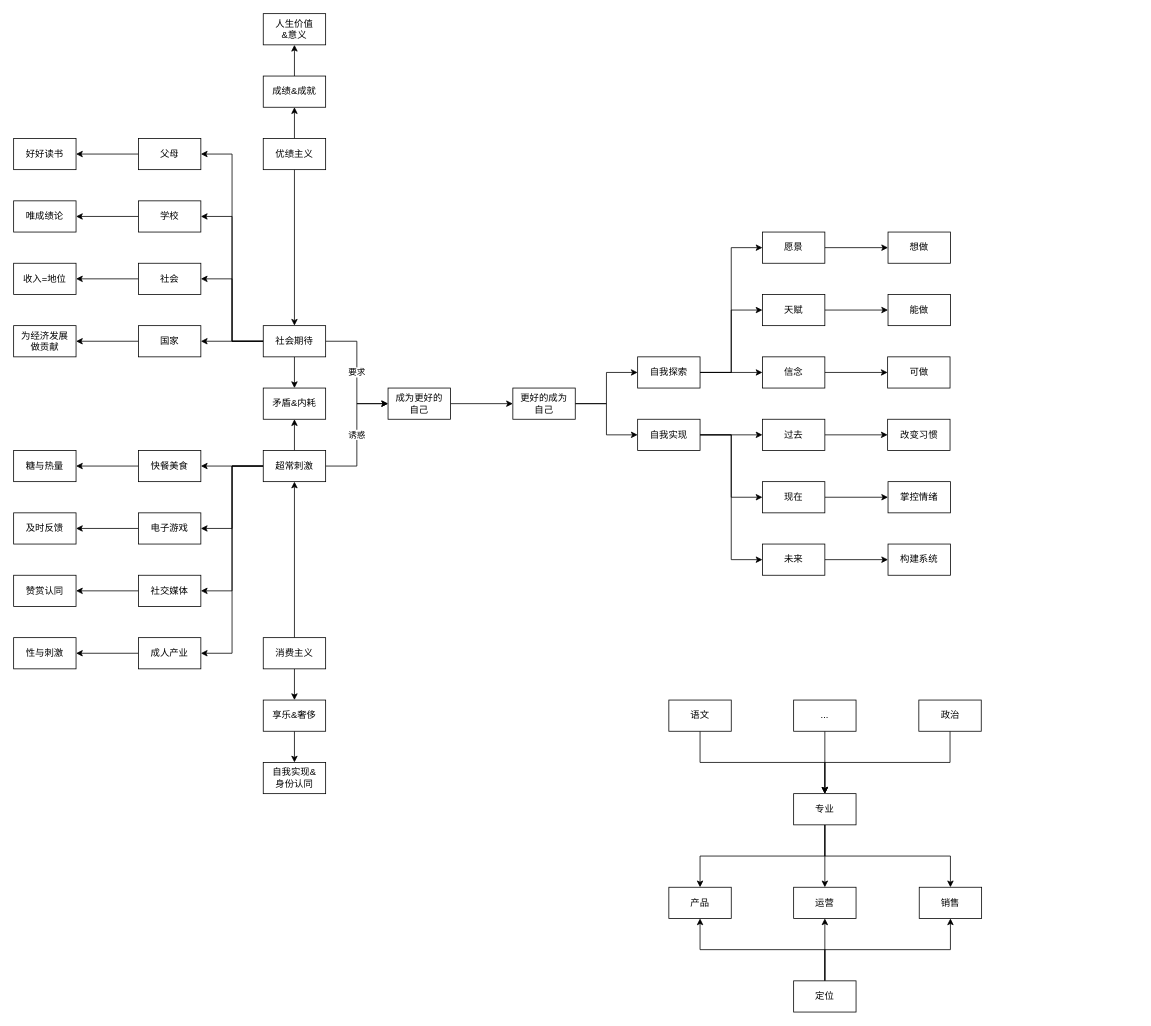
This is 人生系统.drawio from youyusan/life_system, a draw.io file, before an edit. Source tidied: cells renumbered, new cells numbered last; positions are measured from the earlier drawing's top-left corner, leaving out a move shared by most shapes. Both pictures are drawn from the tidied source at 78%, with x=0, y=0 at pixel (13, 13).
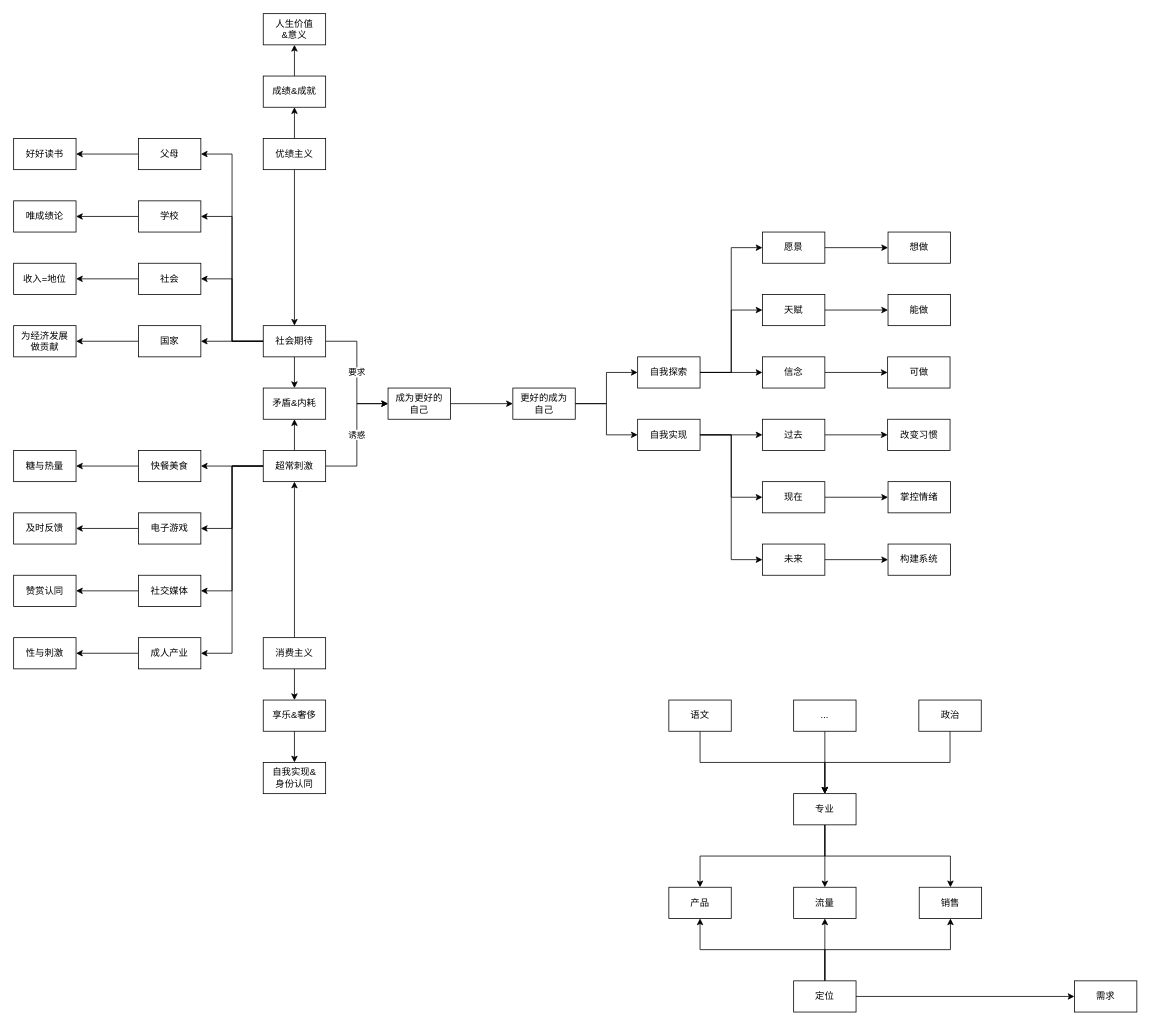
Above is the later version.

Commit message:
更新人生系统.drawio

Unchanged cells that the change refers to:
```xml
<mxCell id="94" value="定位" style="rounded=0;whiteSpace=wrap;html=1;" parent="1" vertex="1">
  <mxGeometry x="1000" y="1240" width="80" height="40" as="geometry" />
</mxCell>
```

What changed in the source:
```diff
@@
+    <mxCell id="101" style="edgeStyle=orthogonalEdgeStyle;rounded=0;jettySize=auto;html=1;" parent="1" edge="1" source="94" target="102">
+      <mxGeometry relative="1" as="geometry" />
+    </mxCell>
@@
-    <mxCell id="95" value="运营" style="rounded=0;whiteSpace=wrap;html=1;" parent="1" vertex="1">
+    <mxCell id="95" value="流量" style="rounded=0;whiteSpace=wrap;html=1;" parent="1" vertex="1">
       <mxGeometry x="1000" y="1120" width="80" height="40" as="geometry" />
     </mxCell>
@@
+    <mxCell id="102" value="需求" style="rounded=0;whiteSpace=wrap;html=1;" parent="1" vertex="1">
+      <mxGeometry x="1360" y="1240" width="80" height="40" as="geometry" />
+    </mxCell>
```
